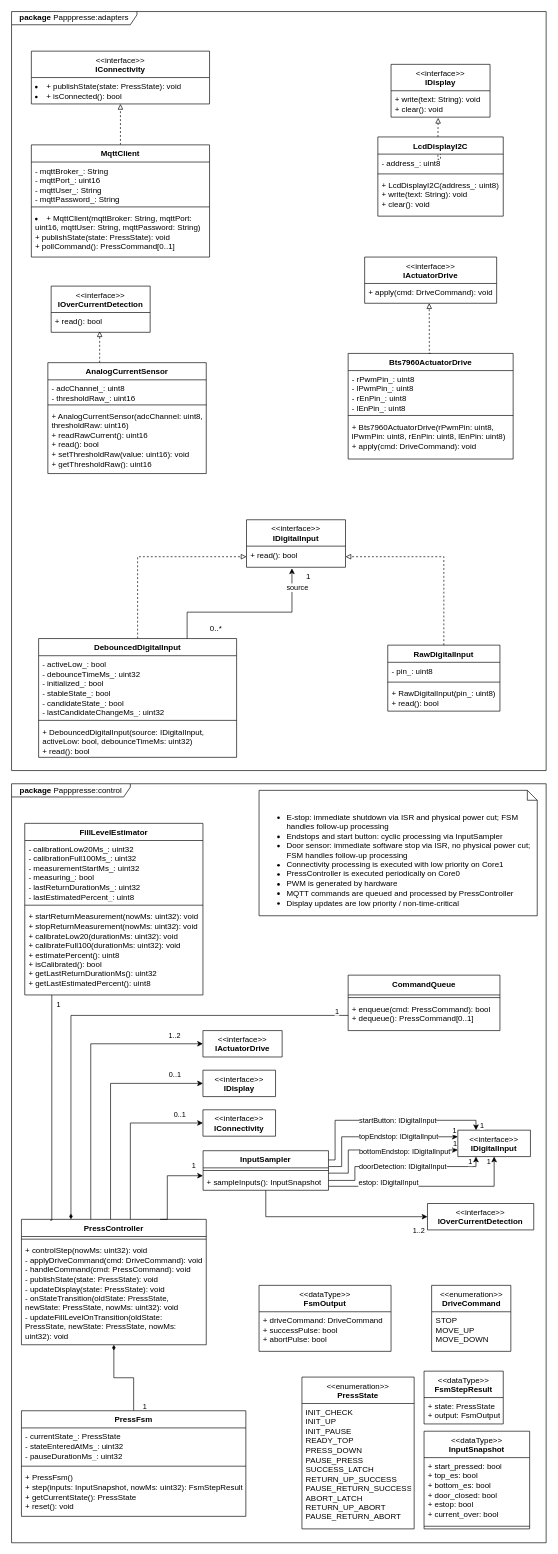
This is diagrams/class diagramm Papppresse.drawio from niklasdathe/Papppresse, a draw.io file, before an edit. Source tidied: cells renumbered, new cells numbered last; positions are measured from the earlier drawing's top-left corner, leaving out a move shared by most shapes. Both pictures are drawn from the tidied source at 66%, with x=0, y=0 at pixel (11, 11).
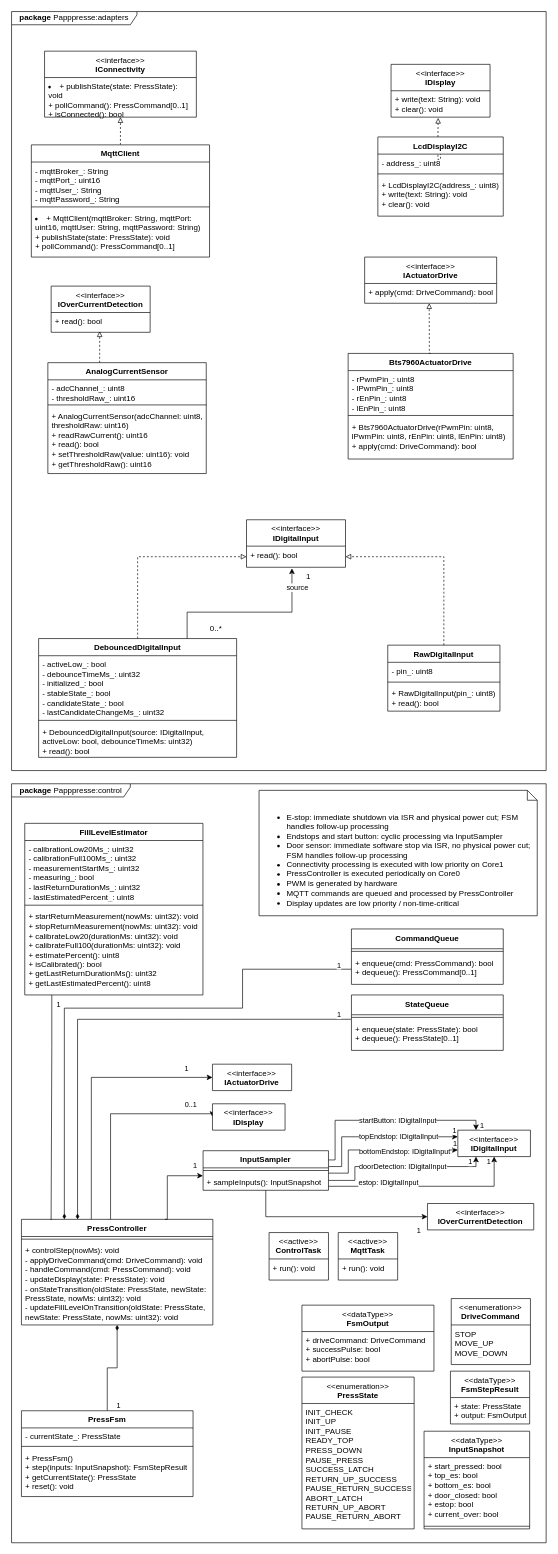
After the change.

Unchanged cells that the change refers to:
```xml
<mxCell id="2" value="&lt;b&gt;package&amp;nbsp;&lt;/b&gt;Papppresse:adapters" style="shape=umlFrame;whiteSpace=wrap;html=1;width=190;height=20;" parent="1" vertex="1">
  <mxGeometry width="810" height="1150" as="geometry" />
</mxCell>
<mxCell id="19" value="&lt;div&gt;&lt;span style=&quot;font-weight: 400;&quot;&gt;&amp;lt;&amp;lt;interface&amp;gt;&amp;gt;&lt;/span&gt;&lt;/div&gt;IActuatorDrive" style="swimlane;fontStyle=1;align=center;verticalAlign=top;horizontal=1;startSize=40;whiteSpace=wrap;html=1;" parent="2" vertex="1">
  <mxGeometry x="535" y="372" width="200" height="70" as="geometry" />
</mxCell>
<mxCell id="21" value="Bts7960ActuatorDrive" style="swimlane;fontStyle=1;align=center;verticalAlign=top;horizontal=1;startSize=26;whiteSpace=wrap;html=1;" parent="2" vertex="1">
  <mxGeometry x="510" y="518" width="250" height="160" as="geometry" />
</mxCell>
<mxCell id="47" value="&lt;b&gt;package&amp;nbsp;&lt;/b&gt;Papppresse:control" style="shape=umlFrame;whiteSpace=wrap;html=1;width=180;height=20;" parent="1" vertex="1">
  <mxGeometry y="1170" width="810" height="1150" as="geometry" />
</mxCell>
<mxCell id="75" style="edgeStyle=orthogonalEdgeStyle;rounded=0;jettySize=auto;html=1;entryX=0;entryY=0.5;entryDx=0;entryDy=0;" parent="47" edge="1" source="77" target="102">
  <mxGeometry relative="1" as="geometry">
    <Array as="points">
      <mxPoint x="385.2" y="656" />
    </Array>
  </mxGeometry>
</mxCell>
<mxCell id="82" value="+ enqueue(cmd: PressCommand): bool&lt;br&gt;+ dequeue(): PressCommand[0..1]" style="text;strokeColor=none;fillColor=none;align=left;verticalAlign=top;spacingLeft=4;spacingRight=4;overflow=hidden;points=[[0,0.5],[1,0.5]];portConstraint=eastwest;whiteSpace=wrap;html=1;" parent="80" vertex="1">
  <mxGeometry y="38" width="230" height="46" as="geometry" />
</mxCell>
```

Change to the diagram source:
```diff
@@
-    <mxCell id="20" value="+ apply(cmd: DriveCommand): void" style="text;strokeColor=none;fillColor=none;align=left;verticalAlign=top;spacingLeft=4;spacingRight=4;overflow=hidden;points=[[0,0.5],[1,0.5]];portConstraint=eastwest;whiteSpace=wrap;html=1;" parent="19" vertex="1">
+    <mxCell id="20" value="+ apply(cmd: DriveCommand): bool" style="text;strokeColor=none;fillColor=none;align=left;verticalAlign=top;spacingLeft=4;spacingRight=4;overflow=hidden;points=[[0,0.5],[1,0.5]];portConstraint=eastwest;whiteSpace=wrap;html=1;" parent="19" vertex="1">
       <mxGeometry y="40" width="200" height="30" as="geometry" />
     </mxCell>
@@
-    <mxCell id="24" value="+ Bts7960ActuatorDrive(rPwmPin: uint8, lPwmPin: uint8, rEnPin: uint8, lEnPin: uint8)&lt;br&gt;+ apply(cmd: DriveCommand): void" style="text;strokeColor=none;fillColor=none;align=left;verticalAlign=top;spacingLeft=4;spacingRight=4;overflow=hidden;whiteSpace=wrap;html=1;" parent="21" vertex="1">
+    <mxCell id="24" value="+ Bts7960ActuatorDrive(rPwmPin: uint8, lPwmPin: uint8, rEnPin: uint8, lEnPin: uint8)&lt;br&gt;+ apply(cmd: DriveCommand): bool" style="text;strokeColor=none;fillColor=none;align=left;verticalAlign=top;spacingLeft=4;spacingRight=4;overflow=hidden;whiteSpace=wrap;html=1;" parent="21" vertex="1">
       <mxGeometry y="98" width="250" height="62" as="geometry" />
     </mxCell>
@@
     <mxCell id="38" value="&lt;div&gt;&lt;span style=&quot;font-weight: 400;&quot;&gt;&amp;lt;&amp;lt;interface&amp;gt;&amp;gt;&lt;/span&gt;&lt;/div&gt;IConnectivity" style="swimlane;fontStyle=1;align=center;verticalAlign=top;horizontal=1;startSize=40;whiteSpace=wrap;html=1;" parent="2" vertex="1">
-      <mxGeometry x="30" y="60" width="270" height="80" as="geometry" />
+      <mxGeometry x="50" y="60" width="230" height="100" as="geometry" />
     </mxCell>
-    <mxCell id="39" value="&lt;li&gt;&lt;code&gt;&lt;font face=&quot;Helvetica&quot;&gt;+ publishState(state: PressState): void&lt;/font&gt;&lt;/code&gt;&lt;/li&gt;&lt;li&gt;&lt;code&gt;&lt;font face=&quot;Helvetica&quot;&gt;+ isConnected(): bool&lt;/font&gt;&lt;/code&gt;&lt;/li&gt;" style="text;strokeColor=none;fillColor=none;align=left;verticalAlign=top;spacingLeft=4;spacingRight=4;overflow=hidden;whiteSpace=wrap;html=1;" parent="38" vertex="1">
-      <mxGeometry y="40" width="270" height="40" as="geometry" />
+    <mxCell id="39" value="&lt;li&gt;+ publishState(state: PressState): void&lt;br&gt;+ pollCommand(): PressCommand[0..1]&lt;br&gt;+ isConnected(): bool&lt;/li&gt;" style="text;strokeColor=none;fillColor=none;align=left;verticalAlign=top;spacingLeft=4;spacingRight=4;overflow=hidden;whiteSpace=wrap;html=1;" parent="38" vertex="1">
+      <mxGeometry y="40" width="230" height="60" as="geometry" />
     </mxCell>
@@
     <mxCell id="51" style="edgeStyle=orthogonalEdgeStyle;rounded=0;jettySize=auto;html=1;exitX=0.365;exitY=0.01;exitDx=0;exitDy=0;entryX=0;entryY=0.5;entryDx=0;entryDy=0;exitPerimeter=0;" parent="47" edge="1" source="57" target="93">
       <mxGeometry relative="1" as="geometry">
         <Array as="points">
           <mxPoint x="120" y="662" />
-          <mxPoint x="120" y="394" />
+          <mxPoint x="120" y="445" />
         </Array>
       </mxGeometry>
     </mxCell>
-    <mxCell id="52" value="1..2" style="edgeLabel;html=1;align=center;verticalAlign=middle;" parent="51" vertex="1">
+    <mxCell id="52" value="1" style="edgeLabel;html=1;align=center;verticalAlign=middle;" parent="51" vertex="1">
       <mxGeometry x="0.8" y="1" relative="1" as="geometry">
         <mxPoint y="-13" as="offset" />
       </mxGeometry>
     </mxCell>
     <mxCell id="53" style="edgeStyle=orthogonalEdgeStyle;rounded=0;jettySize=auto;html=1;entryX=0;entryY=0.5;entryDx=0;entryDy=0;exitX=0.446;exitY=0.007;exitDx=0;exitDy=0;exitPerimeter=0;" parent="47" edge="1" source="57" target="92">
       <mxGeometry relative="1" as="geometry">
         <Array as="points">
           <mxPoint x="150" y="661" />
-          <mxPoint x="150" y="454" />
+          <mxPoint x="150" y="500" />
+          <mxPoint x="304" y="500" />
         </Array>
       </mxGeometry>
     </mxCell>
@@
-    <mxCell id="55" style="edgeStyle=orthogonalEdgeStyle;rounded=0;jettySize=auto;html=1;entryX=0;entryY=0.5;entryDx=0;entryDy=0;exitX=0.955;exitY=0.006;exitDx=0;exitDy=0;exitPerimeter=0;" parent="47" edge="1" source="57" target="94">
-      <mxGeometry relative="1" as="geometry">
-        <Array as="points">
-          <mxPoint x="180" y="661" />
-          <mxPoint x="180" y="514" />
-        </Array>
-      </mxGeometry>
-    </mxCell>
-    <mxCell id="56" value="0..1" style="edgeLabel;html=1;align=center;verticalAlign=middle;" parent="55" vertex="1">
-      <mxGeometry x="0.61" y="1" relative="1" as="geometry">
-        <mxPoint x="35" y="-13" as="offset" />
-      </mxGeometry>
-    </mxCell>
     <mxCell id="57" value="PressController" style="swimlane;fontStyle=1;align=center;verticalAlign=top;horizontal=1;startSize=26;whiteSpace=wrap;html=1;strokeWidth=1;" parent="47" vertex="1">
-      <mxGeometry x="15" y="660" width="280" height="190" as="geometry" />
+      <mxGeometry x="15" y="660" width="290" height="160" as="geometry" />
     </mxCell>
     <mxCell id="58" style="line;strokeWidth=1;fillColor=none;align=left;verticalAlign=middle;spacingTop=-1;spacingLeft=3;spacingRight=3;labelPosition=right;strokeColor=inherit;" parent="57" vertex="1">
-      <mxGeometry y="26" width="280" height="8" as="geometry" />
+      <mxGeometry y="26" width="290" height="8" as="geometry" />
     </mxCell>
-    <mxCell id="59" value="+ controlStep(nowMs: uint32): void&lt;br&gt;- applyDriveCommand(cmd: DriveCommand): void&lt;br&gt;- handleCommand(cmd: PressCommand): void&lt;br&gt;- publishState(state: PressState): void&lt;br&gt;- updateDisplay(state: PressState): void&lt;br&gt;&lt;div&gt;- onStateTransition(oldState: PressState, newState: PressState, nowMs: uint32): void&lt;/div&gt;&lt;div&gt;- updateFillLevelOnTransition(oldState: PressState, newState: PressState, nowMs: uint32): void&lt;/div&gt;" style="text;strokeColor=none;fillColor=none;align=left;verticalAlign=top;spacingLeft=4;spacingRight=4;overflow=hidden;whiteSpace=wrap;html=1;strokeWidth=2;" parent="57" vertex="1">
-      <mxGeometry y="34" width="280" height="156" as="geometry" />
+    <mxCell id="59" value="+ controlStep(&lt;span style=&quot;font-size: 11px; text-wrap-mode: nowrap; background-color: rgb(255, 255, 255);&quot;&gt;nowMs&lt;/span&gt;): void&lt;br&gt;- applyDriveCommand(cmd: DriveCommand): void&lt;br&gt;- handleCommand(cmd: PressCommand): void&lt;br&gt;- updateDisplay(state: PressState): void&lt;br&gt;&lt;div&gt;- onStateTransition(oldState: PressState, newState: PressState,&amp;nbsp;&lt;span style=&quot;background-color: transparent; color: light-dark(rgb(0, 0, 0), rgb(255, 255, 255));&quot;&gt;nowMs: uint32&lt;/span&gt;&lt;span style=&quot;background-color: transparent; color: light-dark(rgb(0, 0, 0), rgb(255, 255, 255));&quot;&gt;): void&lt;/span&gt;&lt;/div&gt;&lt;div&gt;- updateFillLevelOnTransition(oldState: PressState, newState: PressState, nowMs: uint32): void&lt;/div&gt;" style="text;strokeColor=none;fillColor=none;align=left;verticalAlign=top;spacingLeft=4;spacingRight=4;overflow=hidden;whiteSpace=wrap;html=1;strokeWidth=2;" parent="57" vertex="1">
+      <mxGeometry y="34" width="290" height="126" as="geometry" />
     </mxCell>
     <mxCell id="60" value="PressFsm" style="swimlane;fontStyle=1;align=center;verticalAlign=top;horizontal=1;startSize=26;whiteSpace=wrap;html=1;" parent="47" vertex="1">
-      <mxGeometry x="15" y="950" width="340" height="160" as="geometry" />
+      <mxGeometry x="15" y="950" width="260" height="130" as="geometry" />
     </mxCell>
-    <mxCell id="61" value="- currentState_: PressState&lt;br&gt;- stateEnteredAtMs_: uint32&lt;br&gt;- pauseDurationMs_: uint32" style="text;strokeColor=none;fillColor=none;align=left;verticalAlign=top;spacingLeft=4;spacingRight=4;overflow=hidden;whiteSpace=wrap;html=1;" parent="60" vertex="1">
-      <mxGeometry y="26" width="340" height="54" as="geometry" />
+    <mxCell id="61" value="- currentState_: PressState" style="text;strokeColor=none;fillColor=none;align=left;verticalAlign=top;spacingLeft=4;spacingRight=4;overflow=hidden;whiteSpace=wrap;html=1;" parent="60" vertex="1">
+      <mxGeometry y="26" width="260" height="24" as="geometry" />
     </mxCell>
     <mxCell id="62" style="line;strokeWidth=1;fillColor=none;align=left;verticalAlign=middle;spacingTop=-1;spacingLeft=3;spacingRight=3;labelPosition=right;strokeColor=inherit;" parent="60" vertex="1">
-      <mxGeometry y="80" width="340" height="8" as="geometry" />
+      <mxGeometry y="50" width="260" height="8" as="geometry" />
     </mxCell>
-    <mxCell id="63" value="&lt;div&gt;+ PressFsm()&lt;/div&gt;&lt;div&gt;+ step(inputs: InputSnapshot, nowMs: uint32): FsmStepResult&lt;/div&gt;&lt;div&gt;+ getCurrentState(): PressState&lt;/div&gt;&lt;div&gt;+ reset(): void&lt;/div&gt;" style="text;strokeColor=none;fillColor=none;align=left;verticalAlign=top;spacingLeft=4;spacingRight=4;overflow=hidden;whiteSpace=wrap;html=1;" parent="60" vertex="1">
-      <mxGeometry y="88" width="340" height="72" as="geometry" />
+    <mxCell id="63" value="&lt;div&gt;+ PressFsm()&lt;/div&gt;&lt;div&gt;+ step(inputs: InputSnapshot): FsmStepResult&lt;/div&gt;&lt;div&gt;+ getCurrentState(): PressState&lt;/div&gt;&lt;div&gt;+ reset(): void&lt;/div&gt;" style="text;strokeColor=none;fillColor=none;align=left;verticalAlign=top;spacingLeft=4;spacingRight=4;overflow=hidden;whiteSpace=wrap;html=1;" parent="60" vertex="1">
+      <mxGeometry y="58" width="260" height="72" as="geometry" />
     </mxCell>
@@
-    <mxCell id="76" value="1..2" style="edgeLabel;html=1;align=center;verticalAlign=middle;" parent="75" vertex="1">
+    <mxCell id="76" value="1" style="edgeLabel;html=1;align=center;verticalAlign=middle;" parent="75" vertex="1">
       <mxGeometry x="0.87" y="1" relative="1" as="geometry">
         <mxPoint x="5" y="21" as="offset" />
       </mxGeometry>
     </mxCell>
@@
     <mxCell id="80" value="&lt;div&gt;&lt;span style=&quot;background-color: transparent; color: light-dark(rgb(0, 0, 0), rgb(255, 255, 255));&quot;&gt;CommandQueue&lt;/span&gt;&lt;/div&gt;" style="swimlane;fontStyle=1;align=center;verticalAlign=top;horizontal=1;startSize=30;whiteSpace=wrap;html=1;" parent="47" vertex="1">
-      <mxGeometry x="510" y="290" width="230" height="84" as="geometry" />
+      <mxGeometry x="515" y="220" width="230" height="84" as="geometry" />
     </mxCell>
@@
     <mxCell id="83" value="&lt;div&gt;&lt;span style=&quot;font-weight: 400;&quot;&gt;&amp;lt;&amp;lt;enumeration&amp;gt;&amp;gt;&lt;/span&gt;&lt;/div&gt;DriveCommand" style="swimlane;fontStyle=1;align=center;verticalAlign=top;horizontal=1;startSize=40;whiteSpace=wrap;html=1;" parent="47" vertex="1">
-      <mxGeometry x="636.5" y="760" width="120" height="100" as="geometry" />
+      <mxGeometry x="666.2" y="780" width="120" height="100" as="geometry" />
     </mxCell>
@@
     <mxCell id="90" style="edgeStyle=orthogonalEdgeStyle;rounded=0;jettySize=auto;html=1;entryX=0;entryY=0.5;entryDx=0;entryDy=0;endArrow=none;endFill=0;startArrow=diamondThin;startFill=1;" parent="47" edge="1" source="57" target="82">
       <mxGeometry relative="1" as="geometry">
         <Array as="points">
-          <mxPoint x="90" y="351" />
+          <mxPoint x="80" y="340" />
+          <mxPoint x="350" y="340" />
+          <mxPoint x="350" y="281" />
         </Array>
       </mxGeometry>
     </mxCell>
@@
     <mxCell id="92" value="&lt;div&gt;&lt;span style=&quot;font-weight: 400;&quot;&gt;&amp;lt;&amp;lt;interface&amp;gt;&amp;gt;&lt;/span&gt;&lt;/div&gt;&lt;div&gt;&lt;span style=&quot;background-color: transparent; color: light-dark(rgb(0, 0, 0), rgb(255, 255, 255));&quot;&gt;IDisplay&lt;/span&gt;&lt;/div&gt;" style="swimlane;fontStyle=1;align=center;verticalAlign=top;horizontal=1;startSize=40;whiteSpace=wrap;html=1;" parent="47" vertex="1" collapsed="1">
-      <mxGeometry x="290" y="434" width="110" height="40" as="geometry" />
+      <mxGeometry x="304.4" y="484.9" width="110" height="40" as="geometry" />
     </mxCell>
     <mxCell id="93" value="&lt;div&gt;&lt;span style=&quot;font-weight: 400;&quot;&gt;&amp;lt;&amp;lt;interface&amp;gt;&amp;gt;&lt;/span&gt;&lt;/div&gt;IActuatorDrive" style="swimlane;fontStyle=1;align=center;verticalAlign=top;horizontal=1;startSize=40;whiteSpace=wrap;html=1;" parent="47" vertex="1" collapsed="1">
-      <mxGeometry x="290" y="374" width="120" height="40" as="geometry" />
+      <mxGeometry x="304.4" y="424.9" width="120" height="40" as="geometry" />
     </mxCell>
-    <mxCell id="94" value="&lt;div&gt;&lt;span style=&quot;font-weight: 400;&quot;&gt;&amp;lt;&amp;lt;interface&amp;gt;&amp;gt;&lt;/span&gt;&lt;/div&gt;IConnectivity" style="swimlane;fontStyle=1;align=center;verticalAlign=top;horizontal=1;startSize=40;whiteSpace=wrap;html=1;" parent="47" vertex="1" collapsed="1">
-      <mxGeometry x="290" y="494" width="110" height="40" as="geometry" />
-    </mxCell>
@@
     <mxCell id="103" value="&lt;div&gt;&lt;span style=&quot;font-weight: 400;&quot;&gt;&amp;lt;&amp;lt;dataType&amp;gt;&amp;gt;&lt;/span&gt;&lt;/div&gt;FsmOutput" style="swimlane;fontStyle=1;align=center;verticalAlign=top;horizontal=1;startSize=40;whiteSpace=wrap;html=1;" parent="47" vertex="1">
-      <mxGeometry x="375" y="760" width="200" height="100" as="geometry" />
+      <mxGeometry x="440" y="790" width="200" height="100" as="geometry" />
     </mxCell>
@@
     <mxCell id="105" value="&lt;div&gt;&lt;span style=&quot;font-weight: 400;&quot;&gt;&amp;lt;&amp;lt;dataType&amp;gt;&amp;gt;&lt;/span&gt;&lt;/div&gt;FsmStepResult" style="swimlane;fontStyle=1;align=center;verticalAlign=top;horizontal=1;startSize=40;whiteSpace=wrap;html=1;" parent="47" vertex="1">
-      <mxGeometry x="625" y="890" width="120" height="80" as="geometry" />
+      <mxGeometry x="665" y="890" width="120" height="80" as="geometry" />
     </mxCell>
@@
+    <mxCell id="113" value="&lt;div&gt;&lt;span style=&quot;background-color: transparent; color: light-dark(rgb(0, 0, 0), rgb(255, 255, 255));&quot;&gt;StateQueue&lt;/span&gt;&lt;/div&gt;" style="swimlane;fontStyle=1;align=center;verticalAlign=top;horizontal=1;startSize=30;whiteSpace=wrap;html=1;" parent="47" vertex="1">
+      <mxGeometry x="515" y="320" width="230" height="84" as="geometry" />
+    </mxCell>
+    <mxCell id="114" style="line;strokeWidth=1;fillColor=none;align=left;verticalAlign=middle;spacingTop=-1;spacingLeft=3;spacingRight=3;labelPosition=right;strokeColor=inherit;" parent="113" vertex="1">
+      <mxGeometry y="30" width="230" height="8" as="geometry" />
+    </mxCell>
+    <mxCell id="115" value="+ enqueue(state: PressState): bool&lt;br&gt;+ dequeue(): PressState[0..1]" style="text;strokeColor=none;fillColor=none;align=left;verticalAlign=top;spacingLeft=4;spacingRight=4;overflow=hidden;points=[[0,0.5],[1,0.5]];portConstraint=eastwest;whiteSpace=wrap;html=1;" parent="113" vertex="1">
+      <mxGeometry y="38" width="230" height="46" as="geometry" />
+    </mxCell>
+    <mxCell id="116" style="edgeStyle=orthogonalEdgeStyle;rounded=0;jettySize=auto;html=1;entryX=-0.003;entryY=-0.025;entryDx=0;entryDy=0;endArrow=none;endFill=0;startArrow=diamondThin;startFill=1;entryPerimeter=0;" parent="47" edge="1" target="115">
+      <mxGeometry relative="1" as="geometry">
+        <mxPoint x="100" y="660" as="sourcePoint" />
+        <Array as="points">
+          <mxPoint x="100" y="357" />
+        </Array>
+      </mxGeometry>
+    </mxCell>
+    <mxCell id="117" value="1" style="edgeLabel;html=1;align=center;verticalAlign=middle;" parent="116" vertex="1">
+      <mxGeometry x="0.95" y="1" relative="1" as="geometry">
+        <mxPoint y="-6" as="offset" />
+      </mxGeometry>
+    </mxCell>
+    <mxCell id="118" value="&lt;div&gt;&lt;span style=&quot;font-weight: 400;&quot;&gt;&amp;lt;&amp;lt;active&amp;gt;&amp;gt;&lt;/span&gt;&lt;/div&gt;ControlTask" style="swimlane;fontStyle=1;align=center;verticalAlign=top;horizontal=1;startSize=40;whiteSpace=wrap;html=1;" parent="47" vertex="1">
+      <mxGeometry x="390.2" y="680" width="90" height="72" as="geometry" />
+    </mxCell>
+    <mxCell id="119" value="+ run(): void" style="text;strokeColor=none;fillColor=none;align=left;verticalAlign=top;spacingLeft=4;spacingRight=4;overflow=hidden;whiteSpace=wrap;html=1;" parent="118" vertex="1">
+      <mxGeometry y="40" width="90" height="32" as="geometry" />
+    </mxCell>
+    <mxCell id="120" value="&lt;div&gt;&lt;span style=&quot;font-weight: 400;&quot;&gt;&amp;lt;&amp;lt;active&amp;gt;&amp;gt;&lt;/span&gt;&lt;/div&gt;MqttTask" style="swimlane;fontStyle=1;align=center;verticalAlign=top;horizontal=1;startSize=40;whiteSpace=wrap;html=1;" parent="47" vertex="1">
+      <mxGeometry x="495" y="680" width="90" height="72" as="geometry" />
+    </mxCell>
+    <mxCell id="121" value="+ run(): void" style="text;strokeColor=none;fillColor=none;align=left;verticalAlign=top;spacingLeft=4;spacingRight=4;overflow=hidden;whiteSpace=wrap;html=1;" parent="120" vertex="1">
+      <mxGeometry y="40" width="90" height="32" as="geometry" />
+    </mxCell>
```
